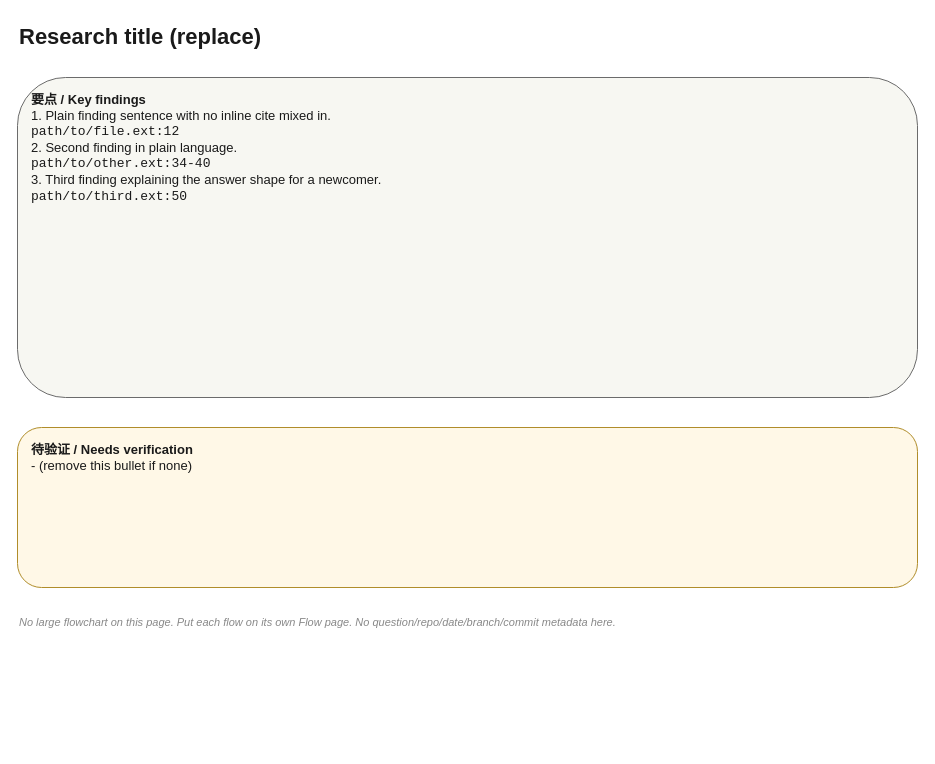
Above: page "Overview" (1 of 2) of .claude/skills/rc929/templates/research-starter.drawio in OTLorz2/rc929 (draw.io), before the change. Source tidied: cells renumbered, new cells numbered last; positions are measured from the earlier drawing's top-left corner, leaving out a move shared by most shapes. Both pictures are drawn from the tidied source at 100%, with x=0, y=0 at pixel (17, 17).
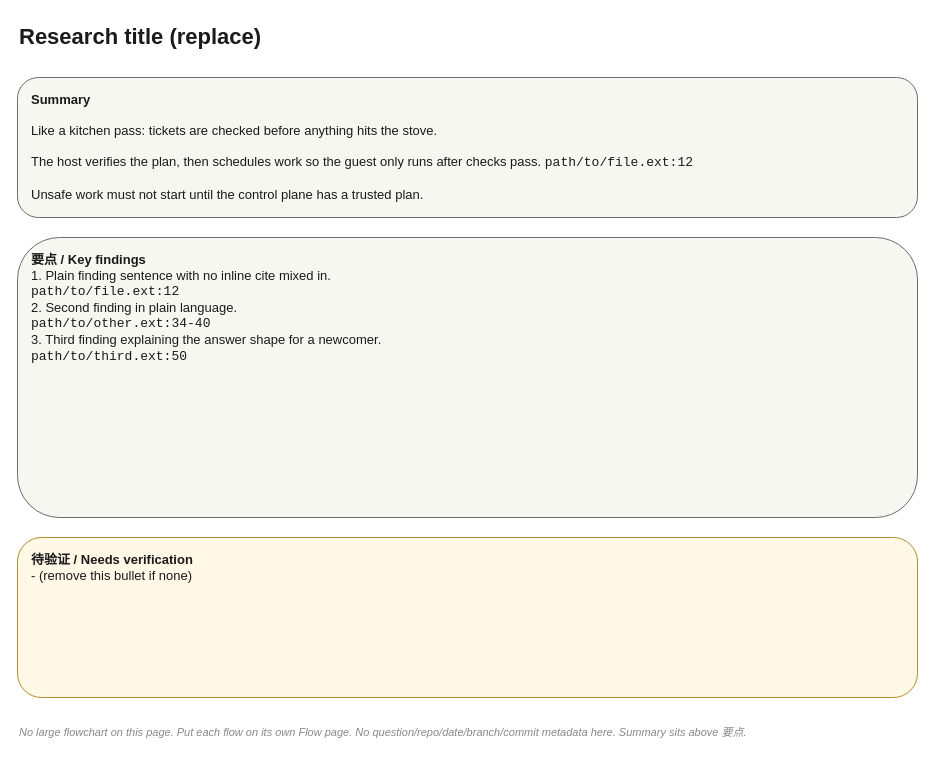
After the change.

Commit message (it also covers changes not shown here):
feat(rc929): starter Overview Summary and 3-paragraph Flow sample

The edit, as a diff of the source:
```diff
@@
 <mxGraphModel>
   <root>
     <mxCell id="0" />
     <mxCell id="1" parent="0" />
     <mxCell id="2" value="Research title (replace)" style="text;html=1;strokeColor=none;fillColor=none;align=left;verticalAlign=middle;whiteSpace=wrap;rounded=0;fontSize=22;fontStyle=1;fontColor=#1A1A1A;" parent="1" vertex="1">
       <mxGeometry width="720" height="40" as="geometry" />
     </mxCell>
+    <mxCell id="6" value="&lt;b&gt;Summary&lt;/b&gt;&lt;br&gt;&lt;br&gt;Like a kitchen pass: tickets are checked before anything hits the stove.&lt;br&gt;&lt;br&gt;The host verifies the plan, then schedules work so the guest only runs after checks pass. &lt;code&gt;path/to/file.ext:12&lt;/code&gt;&lt;br&gt;&lt;br&gt;Unsafe work must not start until the control plane has a trusted plan." style="rounded=1;whiteSpace=wrap;html=1;align=left;verticalAlign=top;spacingLeft=12;spacingTop=8;fillColor=#F7F7F2;strokeColor=#6B6B6B;fontColor=#1A1A1A;fontSize=13;" parent="1" vertex="1">
+      <mxGeometry y="60" width="900" height="140" as="geometry" />
+    </mxCell>
     <mxCell id="3" value="&lt;b&gt;要点 / Key findings&lt;/b&gt;&lt;br&gt;1. Plain finding sentence with no inline cite mixed in.&lt;br&gt;&lt;code&gt;path/to/file.ext:12&lt;/code&gt;&lt;br&gt;2. Second finding in plain language.&lt;br&gt;&lt;code&gt;path/to/other.ext:34-40&lt;/code&gt;&lt;br&gt;3. Third finding explaining the answer shape for a newcomer.&lt;br&gt;&lt;code&gt;path/to/third.ext:50&lt;/code&gt;" style="rounded=1;whiteSpace=wrap;html=1;align=left;verticalAlign=top;spacingLeft=12;spacingTop=8;fillColor=#F7F7F2;strokeColor=#6B6B6B;fontColor=#1A1A1A;fontSize=13;" parent="1" vertex="1">
-      <mxGeometry y="60" width="900" height="320" as="geometry" />
+      <mxGeometry y="220" width="900" height="280" as="geometry" />
     </mxCell>
     <mxCell id="4" value="&lt;b&gt;待验证 / Needs verification&lt;/b&gt;&lt;br&gt;- (remove this bullet if none)" style="rounded=1;whiteSpace=wrap;html=1;align=left;verticalAlign=top;spacingLeft=12;spacingTop=8;fillColor=#FFF8E7;strokeColor=#B08D2A;fontColor=#1A1A1A;fontSize=13;" parent="1" vertex="1">
-      <mxGeometry y="410" width="900" height="160" as="geometry" />
+      <mxGeometry y="520" width="900" height="160" as="geometry" />
     </mxCell>
-    <mxCell id="5" value="No large flowchart on this page. Put each flow on its own Flow page. No question/repo/date/branch/commit metadata here." style="text;html=1;strokeColor=none;fillColor=none;align=left;verticalAlign=middle;whiteSpace=wrap;rounded=0;fontSize=11;fontColor=#888888;fontStyle=2;" parent="1" vertex="1">
-      <mxGeometry y="590" width="900" height="30" as="geometry" />
+    <mxCell id="5" value="No large flowchart on this page. Put each flow on its own Flow page. No question/repo/date/branch/commit metadata here. Summary sits above 要点." style="text;html=1;strokeColor=none;fillColor=none;align=left;verticalAlign=middle;whiteSpace=wrap;rounded=0;fontSize=11;fontColor=#888888;fontStyle=2;" parent="1" vertex="1">
+      <mxGeometry y="700" width="900" height="30" as="geometry" />
     </mxCell>
   </root>
 </mxGraphModel>
```
